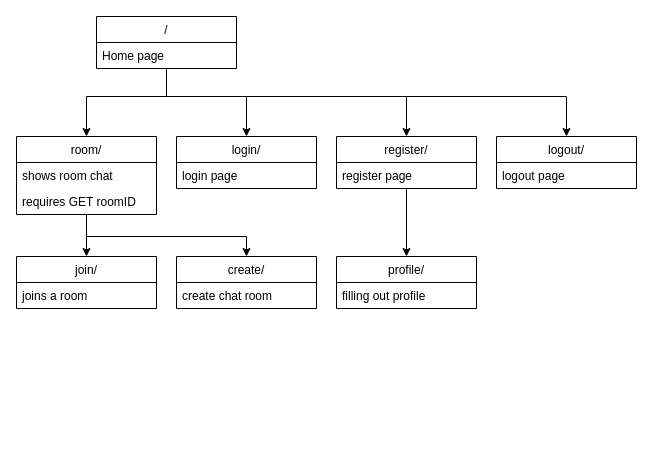
The draw.io diagram sitemap.drawio in EliasEriksson/Chat.app, before the edit. Source tidied: cells renumbered, new cells numbered last; positions are measured from the earlier drawing's top-left corner, leaving out a move shared by most shapes. Both pictures are drawn from the tidied source at 100%, with x=0, y=0 at pixel (16, 16).
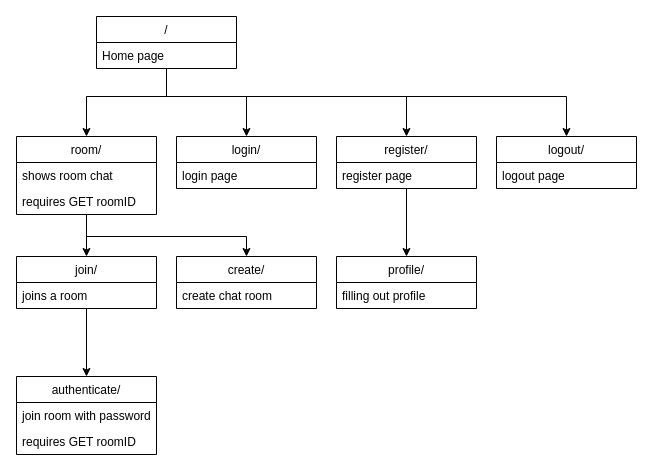
The same page after the edit.

Unchanged cells that the change refers to:
```xml
<mxCell id="24" value="join/" style="swimlane;fontStyle=0;horizontal=1;startSize=26;" parent="1" vertex="1">
  <mxGeometry y="240" width="140" height="52" as="geometry" />
</mxCell>
```

Change to the diagram source:
```diff
@@
+    <mxCell id="26" style="edgeStyle=orthogonalEdgeStyle;rounded=0;jettySize=auto;html=1;entryX=0.5;entryY=0;entryDx=0;entryDy=0;" parent="1" edge="1" source="24" target="27">
+      <mxGeometry relative="1" as="geometry" />
+    </mxCell>
@@
+    <mxCell id="27" value="authenticate/" style="swimlane;fontStyle=0;horizontal=1;startSize=26;fillColor=none;" parent="1" vertex="1">
+      <mxGeometry y="360" width="140" height="78" as="geometry" />
+    </mxCell>
+    <mxCell id="28" value="join room with password" style="text;strokeColor=none;fillColor=none;align=left;verticalAlign=top;spacingLeft=4;spacingRight=4;overflow=hidden;" parent="27" vertex="1">
+      <mxGeometry y="26" width="140" height="26" as="geometry" />
+    </mxCell>
+    <mxCell id="29" value="requires GET roomID" style="text;strokeColor=none;fillColor=none;align=left;verticalAlign=top;spacingLeft=4;spacingRight=4;overflow=hidden;" parent="27" vertex="1">
+      <mxGeometry y="52" width="140" height="26" as="geometry" />
+    </mxCell>
```
